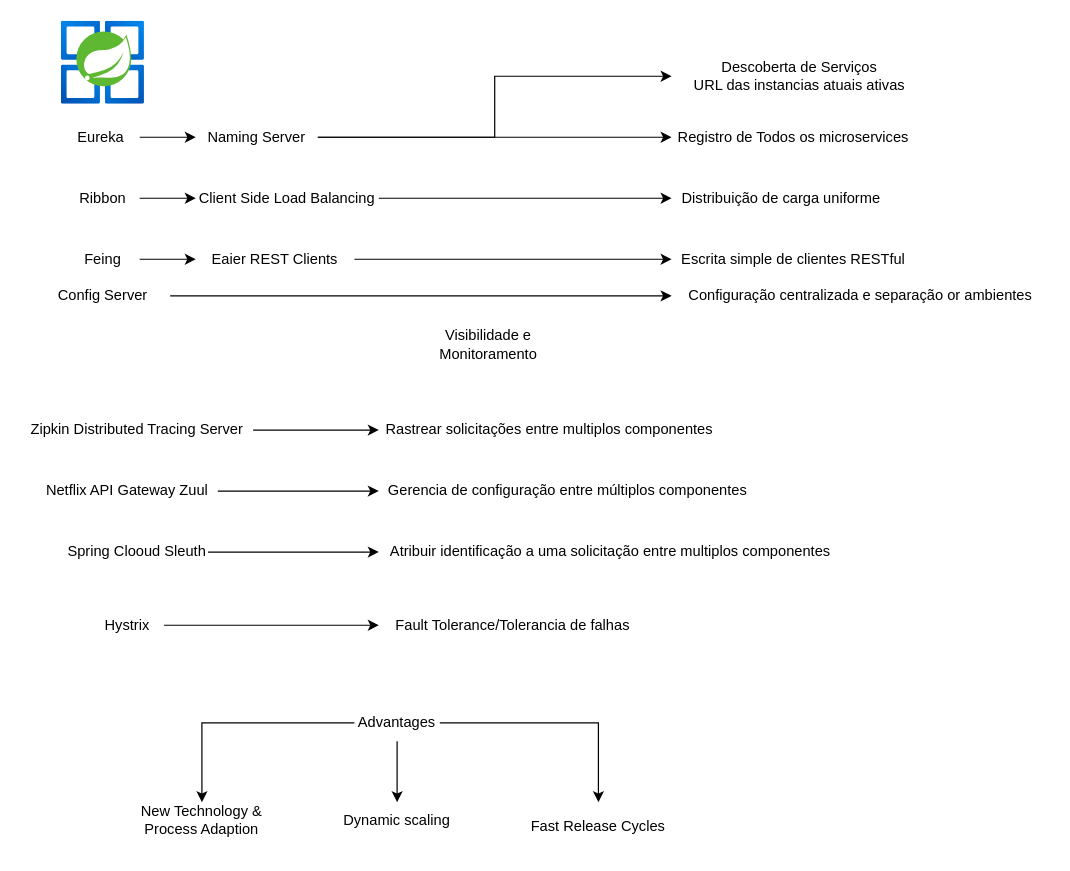
Earlier version of the draw.io diagram page "overview arquiteture" (1 of 5) of microservices.drawio (fidelisfelipe/microservices). Source tidied: cells renumbered, new cells numbered last; positions are measured from the earlier drawing's top-left corner, leaving out a move shared by most shapes. Both pictures are drawn from the tidied source at 122%, with x=0, y=0 at pixel (21, 21).
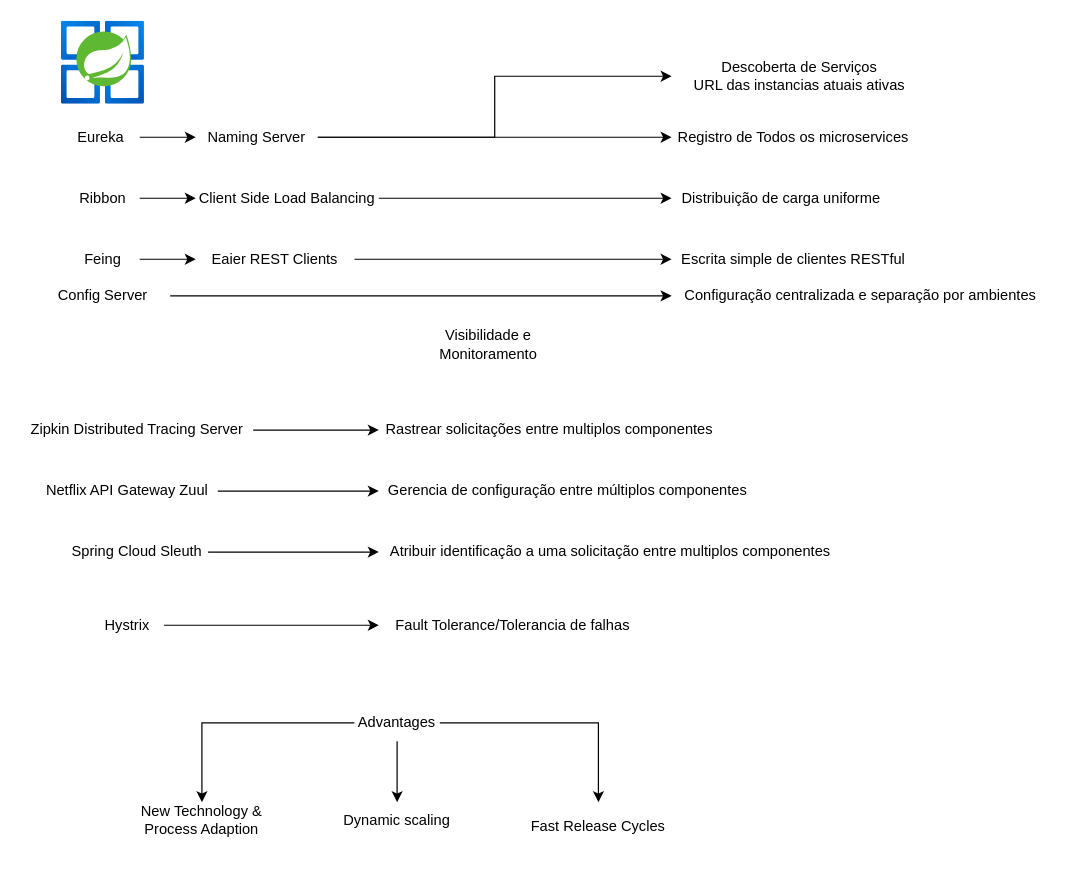
After the change.

Diff of the diagram source:
```diff
@@
-    <mxCell id="26" value="Spring Clooud Sleuth" style="text;html=1;strokeColor=none;fillColor=none;align=center;verticalAlign=middle;whiteSpace=wrap;rounded=0;" parent="1" vertex="1">
+    <mxCell id="26" value="Spring Cloud Sleuth" style="text;html=1;strokeColor=none;fillColor=none;align=center;verticalAlign=middle;whiteSpace=wrap;rounded=0;" parent="1" vertex="1">
       <mxGeometry x="37" y="420" width="116" height="30" as="geometry" />
     </mxCell>
@@
-    <mxCell id="42" value="Configuração centralizada e separação or ambientes" style="text;html=1;strokeColor=none;fillColor=none;align=center;verticalAlign=middle;whiteSpace=wrap;rounded=0;" parent="1" vertex="1">
+    <mxCell id="42" value="Configuração centralizada e separação por ambientes" style="text;html=1;strokeColor=none;fillColor=none;align=center;verticalAlign=middle;whiteSpace=wrap;rounded=0;" parent="1" vertex="1">
       <mxGeometry x="533" y="210" width="310" height="30" as="geometry" />
     </mxCell>
```
